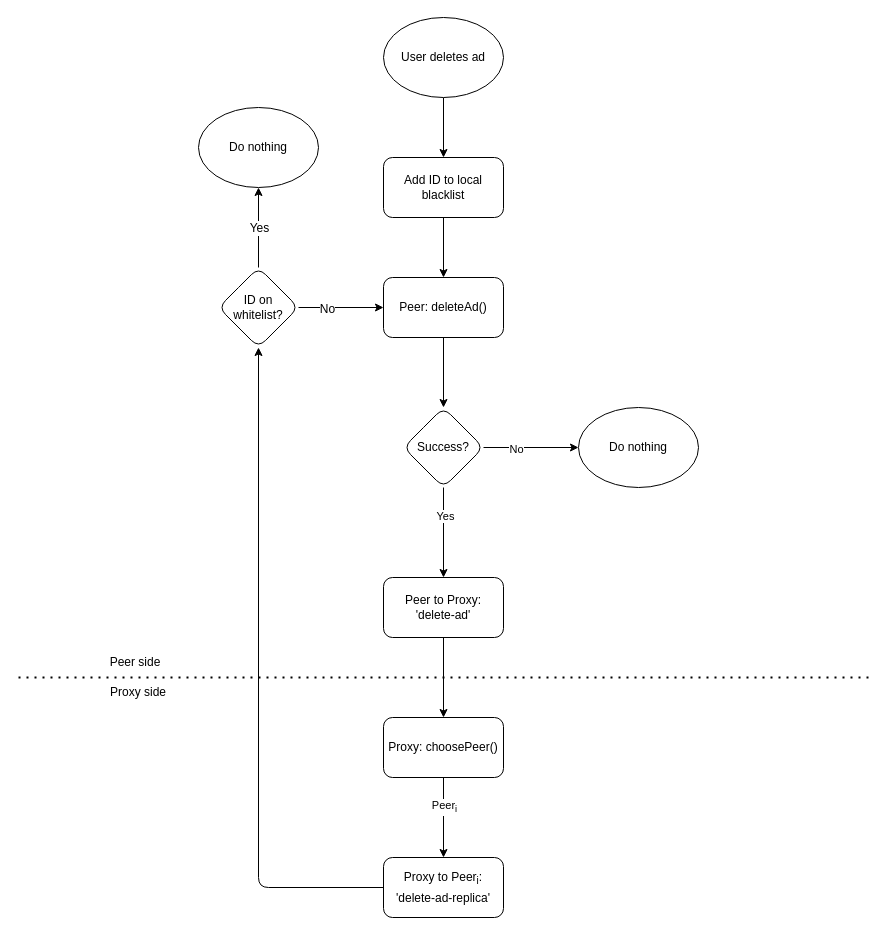
Above: docs/consistency/deletion-flow.drawio in bgunson/as (draw.io), before the change. Source tidied: cells renumbered, new cells numbered last; positions are measured from the earlier drawing's top-left corner, leaving out a move shared by most shapes. Both pictures are drawn from the tidied source at 100%, with x=0, y=0 at pixel (18, 17).
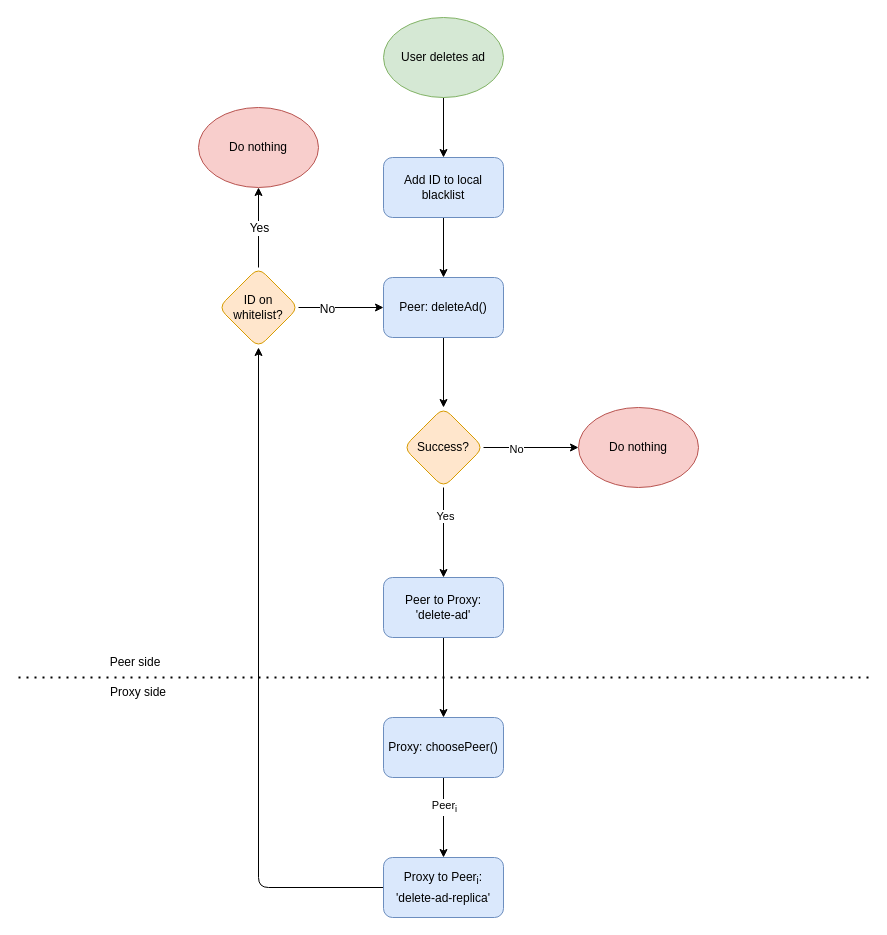
The same diagram, later.

Commit message (it also covers changes not shown here):
colour code flwo diagrams

Change to the diagram source:
```diff
@@
-    <mxCell id="3" value="User deletes ad" style="ellipse;whiteSpace=wrap;html=1;" parent="1" vertex="1">
+    <mxCell id="3" value="User deletes ad" style="ellipse;whiteSpace=wrap;html=1;fillColor=#d5e8d4;strokeColor=#82b366;" parent="1" vertex="1">
       <mxGeometry x="365" width="120" height="80" as="geometry" />
     </mxCell>
@@
-    <mxCell id="5" value="Add ID to local blacklist" style="rounded=1;whiteSpace=wrap;html=1;" parent="1" vertex="1">
+    <mxCell id="5" value="Add ID to local blacklist" style="rounded=1;whiteSpace=wrap;html=1;fillColor=#dae8fc;strokeColor=#6c8ebf;" parent="1" vertex="1">
       <mxGeometry x="365" y="140" width="120" height="60" as="geometry" />
     </mxCell>
@@
-    <mxCell id="7" value="Peer: deleteAd()" style="whiteSpace=wrap;html=1;rounded=1;" parent="1" vertex="1">
+    <mxCell id="7" value="Peer: deleteAd()" style="whiteSpace=wrap;html=1;rounded=1;fillColor=#dae8fc;strokeColor=#6c8ebf;" parent="1" vertex="1">
       <mxGeometry x="365" y="260" width="120" height="60" as="geometry" />
     </mxCell>
@@
-    <mxCell id="12" value="Success?" style="rhombus;whiteSpace=wrap;html=1;rounded=1;" parent="1" vertex="1">
+    <mxCell id="12" value="Success?" style="rhombus;whiteSpace=wrap;html=1;rounded=1;fillColor=#ffe6cc;strokeColor=#d79b00;" parent="1" vertex="1">
       <mxGeometry x="385" y="390" width="80" height="80" as="geometry" />
     </mxCell>
@@
-    <mxCell id="14" value="Peer to Proxy:&lt;br&gt;'delete-ad'" style="whiteSpace=wrap;html=1;rounded=1;" parent="1" vertex="1">
+    <mxCell id="14" value="Peer to Proxy:&lt;br&gt;'delete-ad'" style="whiteSpace=wrap;html=1;rounded=1;fillColor=#dae8fc;strokeColor=#6c8ebf;" parent="1" vertex="1">
       <mxGeometry x="365" y="560" width="120" height="60" as="geometry" />
     </mxCell>
@@
-    <mxCell id="17" value="Proxy: choosePeer()" style="whiteSpace=wrap;html=1;rounded=1;" parent="1" vertex="1">
+    <mxCell id="17" value="Proxy: choosePeer()" style="whiteSpace=wrap;html=1;rounded=1;fillColor=#dae8fc;strokeColor=#6c8ebf;" parent="1" vertex="1">
       <mxGeometry x="365" y="700" width="120" height="60" as="geometry" />
     </mxCell>
@@
-    <mxCell id="19" value="Proxy to Peer&lt;sub&gt;i&lt;/sub&gt;:&lt;br&gt;&lt;sub&gt;&lt;font style=&quot;font-size: 12px;&quot;&gt;'delete-ad-replica'&lt;/font&gt;&lt;br&gt;&lt;/sub&gt;" style="whiteSpace=wrap;html=1;rounded=1;" parent="1" vertex="1">
+    <mxCell id="19" value="Proxy to Peer&lt;sub&gt;i&lt;/sub&gt;:&lt;br&gt;&lt;sub&gt;&lt;font style=&quot;font-size: 12px;&quot;&gt;'delete-ad-replica'&lt;/font&gt;&lt;br&gt;&lt;/sub&gt;" style="whiteSpace=wrap;html=1;rounded=1;fillColor=#dae8fc;strokeColor=#6c8ebf;" parent="1" vertex="1">
       <mxGeometry x="365" y="840" width="120" height="60" as="geometry" />
     </mxCell>
@@
-    <mxCell id="27" value="ID on whitelist?" style="rhombus;whiteSpace=wrap;html=1;rounded=1;" parent="1" vertex="1">
+    <mxCell id="27" value="ID on whitelist?" style="rhombus;whiteSpace=wrap;html=1;rounded=1;fillColor=#ffe6cc;strokeColor=#d79b00;" parent="1" vertex="1">
       <mxGeometry x="200" y="250" width="80" height="80" as="geometry" />
     </mxCell>
-    <mxCell id="28" value="Do nothing" style="ellipse;whiteSpace=wrap;html=1;rounded=1;" parent="1" vertex="1">
+    <mxCell id="28" value="Do nothing" style="ellipse;whiteSpace=wrap;html=1;rounded=1;fillColor=#f8cecc;strokeColor=#b85450;" parent="1" vertex="1">
       <mxGeometry x="180" y="90" width="120" height="80" as="geometry" />
     </mxCell>
-    <mxCell id="29" value="Do nothing" style="ellipse;whiteSpace=wrap;html=1;fontSize=12;" parent="1" vertex="1">
+    <mxCell id="29" value="Do nothing" style="ellipse;whiteSpace=wrap;html=1;fontSize=12;fillColor=#f8cecc;strokeColor=#b85450;" parent="1" vertex="1">
       <mxGeometry x="560" y="390" width="120" height="80" as="geometry" />
     </mxCell>
```
